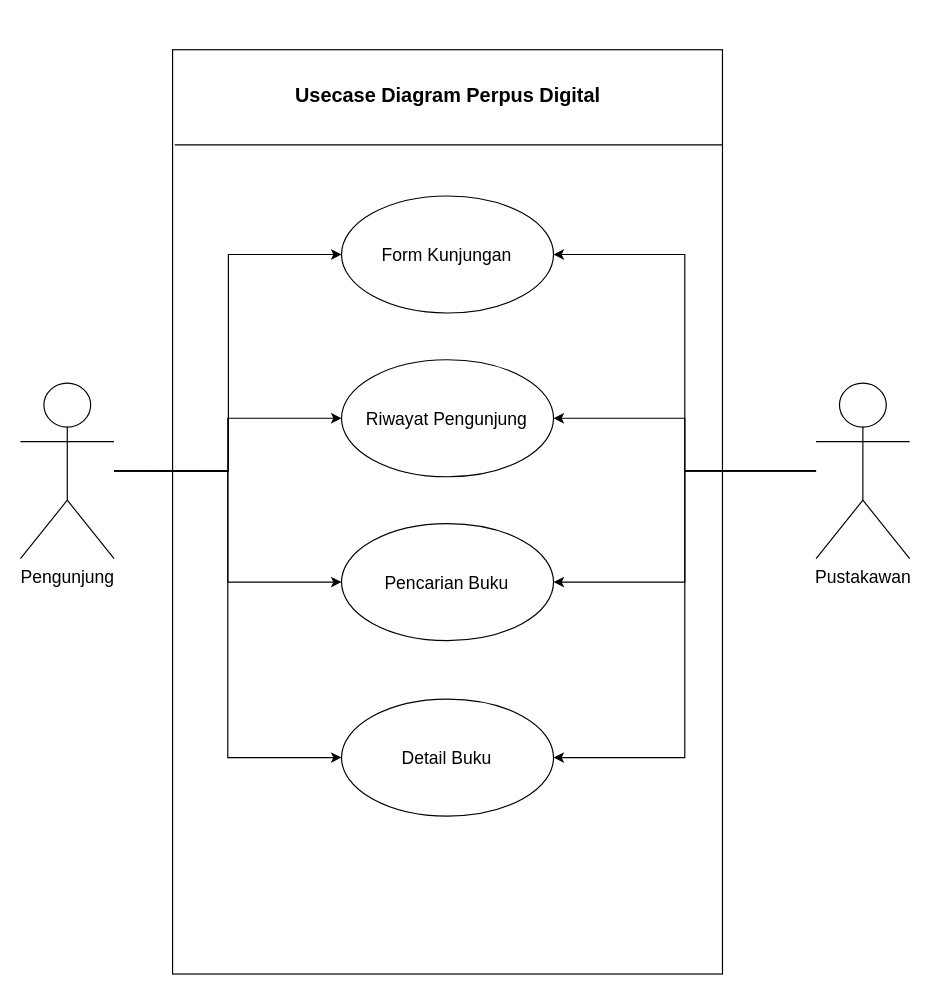
This is UsecaseDiagram.drawio from fridaasmara/Project-TEFA, a draw.io file, before an edit. Source tidied: cells renumbered, new cells numbered last; positions are measured from the earlier drawing's top-left corner, leaving out a move shared by most shapes. Both pictures are drawn from the tidied source at 117%, with x=0, y=0 at pixel (20, 49).
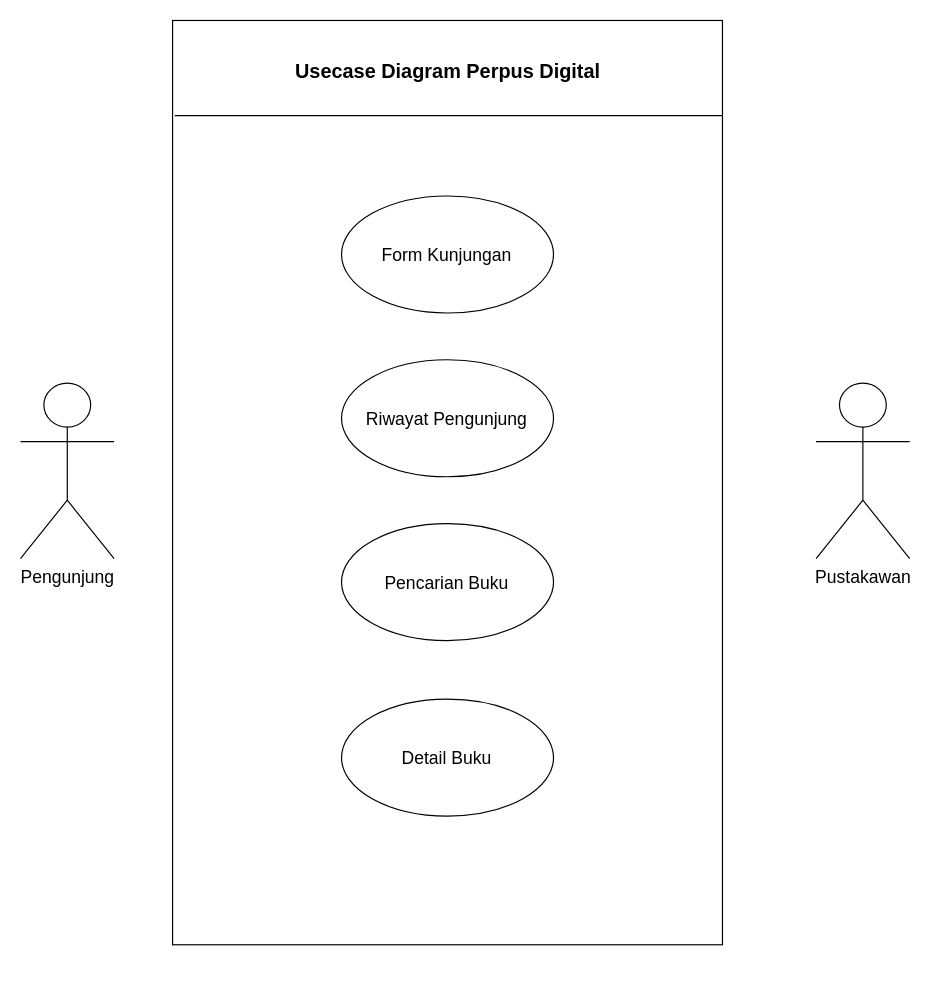
After the change.

Diff of the diagram source:
```diff
@@
 <mxGraphModel>
   <root>
     <mxCell id="0" />
     <mxCell id="1" parent="0" />
     <mxCell id="2" style="rounded=0;whiteSpace=wrap;html=1;" parent="1" vertex="1">
-      <mxGeometry x="130" width="470" height="790" as="geometry" />
+      <mxGeometry x="130" y="-25" width="470" height="790" as="geometry" />
     </mxCell>
     <mxCell id="3" style="endArrow=none;html=1;rounded=0;exitX=0.004;exitY=0.103;exitDx=0;exitDy=0;exitPerimeter=0;entryX=1;entryY=0.103;entryDx=0;entryDy=0;entryPerimeter=0;" parent="1" edge="1" source="2" target="2">
       <mxGeometry relative="1" as="geometry" />
     </mxCell>
     <mxCell id="4" value="&lt;b&gt;&lt;font style=&quot;font-size: 17px;&quot;&gt;Usecase Diagram Perpus Digital&lt;/font&gt;&lt;/b&gt;" style="text;html=1;align=center;verticalAlign=middle;strokeColor=none;fillColor=none;" parent="1" vertex="1">
-      <mxGeometry x="225" y="25" width="280" height="30" as="geometry" />
+      <mxGeometry x="225" y="5" width="280" height="30" as="geometry" />
     </mxCell>
     <mxCell id="5" value="&lt;font style=&quot;font-size: 15px;&quot;&gt;Form Kunjungan&lt;/font&gt;" style="ellipse;whiteSpace=wrap;html=1;" parent="1" vertex="1">
       <mxGeometry x="274.4" y="125" width="181.2" height="100" as="geometry" />
     </mxCell>
     <mxCell id="6" value="&lt;font style=&quot;font-size: 15px;&quot;&gt;Riwayat Pengunjung&lt;/font&gt;" style="ellipse;whiteSpace=wrap;html=1;" parent="1" vertex="1">
       <mxGeometry x="274.4" y="265" width="181.2" height="100" as="geometry" />
     </mxCell>
     <mxCell id="7" value="&lt;span style=&quot;font-size: 15px;&quot;&gt;Pencarian Buku&lt;/span&gt;" style="ellipse;whiteSpace=wrap;html=1;" parent="1" vertex="1">
       <mxGeometry x="274.4" y="405" width="181.2" height="100" as="geometry" />
     </mxCell>
     <mxCell id="8" value="&lt;span style=&quot;font-size: 15px;&quot;&gt;Detail Buku&lt;/span&gt;" style="ellipse;whiteSpace=wrap;html=1;" parent="1" vertex="1">
       <mxGeometry x="274.4" y="555" width="181.2" height="100" as="geometry" />
     </mxCell>
-    <mxCell id="9" style="edgeStyle=orthogonalEdgeStyle;rounded=0;jettySize=auto;html=1;entryX=0;entryY=0.5;entryDx=0;entryDy=0;" parent="1" edge="1" target="5">
-      <mxGeometry relative="1" as="geometry">
-        <mxPoint x="80" y="360" as="sourcePoint" />
-      </mxGeometry>
-    </mxCell>
-    <mxCell id="10" style="edgeStyle=orthogonalEdgeStyle;rounded=0;jettySize=auto;html=1;entryX=0;entryY=0.5;entryDx=0;entryDy=0;" parent="1" edge="1" source="13" target="6">
-      <mxGeometry relative="1" as="geometry" />
-    </mxCell>
-    <mxCell id="11" style="edgeStyle=orthogonalEdgeStyle;rounded=0;jettySize=auto;html=1;entryX=0;entryY=0.5;entryDx=0;entryDy=0;" parent="1" edge="1" source="13" target="7">
-      <mxGeometry relative="1" as="geometry" />
-    </mxCell>
-    <mxCell id="12" style="edgeStyle=orthogonalEdgeStyle;rounded=0;jettySize=auto;html=1;entryX=0;entryY=0.5;entryDx=0;entryDy=0;" parent="1" edge="1" source="13" target="8">
-      <mxGeometry relative="1" as="geometry" />
-    </mxCell>
     <mxCell id="13" value="&lt;font style=&quot;font-size: 15px;&quot;&gt;Pengunjung&lt;/font&gt;" style="shape=umlActor;verticalLabelPosition=bottom;verticalAlign=top;html=1;outlineConnect=0;" parent="1" vertex="1">
       <mxGeometry y="285" width="80" height="150" as="geometry" />
     </mxCell>
-    <mxCell id="14" style="edgeStyle=orthogonalEdgeStyle;rounded=0;jettySize=auto;html=1;" parent="1" edge="1" source="18" target="6">
-      <mxGeometry relative="1" as="geometry" />
-    </mxCell>
-    <mxCell id="15" style="edgeStyle=orthogonalEdgeStyle;rounded=0;jettySize=auto;html=1;entryX=1;entryY=0.5;entryDx=0;entryDy=0;" parent="1" edge="1" source="18" target="5">
-      <mxGeometry relative="1" as="geometry" />
-    </mxCell>
-    <mxCell id="16" style="edgeStyle=orthogonalEdgeStyle;rounded=0;jettySize=auto;html=1;" parent="1" edge="1" source="18" target="7">
-      <mxGeometry relative="1" as="geometry" />
-    </mxCell>
-    <mxCell id="17" style="edgeStyle=orthogonalEdgeStyle;rounded=0;jettySize=auto;html=1;entryX=1;entryY=0.5;entryDx=0;entryDy=0;" parent="1" edge="1" source="18" target="8">
-      <mxGeometry relative="1" as="geometry" />
-    </mxCell>
     <mxCell id="18" value="&lt;span style=&quot;font-size: 15px;&quot;&gt;Pustakawan&lt;/span&gt;" style="shape=umlActor;verticalLabelPosition=bottom;verticalAlign=top;html=1;outlineConnect=0;" parent="1" vertex="1">
       <mxGeometry x="680" y="285" width="80" height="150" as="geometry" />
     </mxCell>
   </root>
 </mxGraphModel>
```
